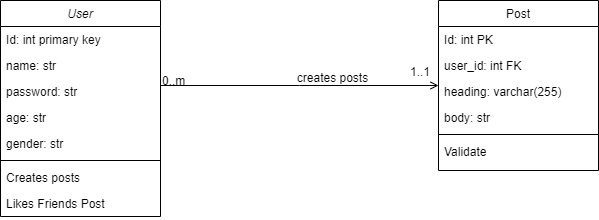
The draw.io diagram images/ClassDiagram.png in Skhendle/Blogger-Block, before a commit. Source tidied: cells renumbered, new cells last; positions are measured from the earlier drawing's top-left corner, leaving out a move shared by most shapes.
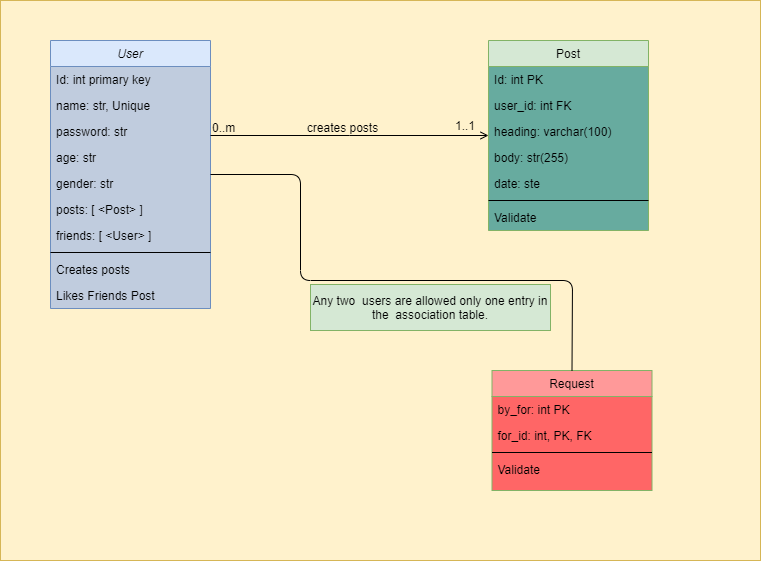
After the commit.

What changed in the source:
```diff
@@ -2,15 +2,18 @@
   <root>
     <mxCell id="0" />
     <mxCell id="1" parent="0" />
+    <mxCell id="22" style="rounded=0;whiteSpace=wrap;html=1;fillColor=#fff2cc;strokeColor=#d6b656;" parent="1" vertex="1">
+      <mxGeometry x="-50" y="-40" width="760" height="560" as="geometry" />
+    </mxCell>
-    <mxCell id="2" value="User" style="swimlane;fontStyle=2;align=center;verticalAlign=top;horizontal=1;startSize=26;rounded=0;shadow=0;strokeWidth=1;" parent="1" vertex="1">
-      <mxGeometry width="160" height="216" as="geometry" />
+    <mxCell id="2" value="User" style="swimlane;fontStyle=2;align=center;verticalAlign=top;horizontal=1;startSize=26;rounded=0;shadow=0;strokeWidth=1;strokeColor=#6c8ebf;swimlaneFillColor=#C0CCDE;fillColor=#DAE8FC;" parent="1" vertex="1">
+      <mxGeometry width="160" height="268" as="geometry" />
     </mxCell>
     <mxCell id="3" value="Id: int primary key" style="text;align=left;verticalAlign=top;spacingLeft=4;spacingRight=4;overflow=hidden;" parent="2" vertex="1">
       <mxGeometry y="26" width="160" height="26" as="geometry" />
     </mxCell>
-    <mxCell id="4" value="name: str" style="text;align=left;verticalAlign=top;spacingLeft=4;spacingRight=4;overflow=hidden;rounded=0;shadow=0;html=0;" parent="2" vertex="1">
-      <mxGeometry y="52" width="160" height="26" as="geometry" />
-    </mxCell>
+    <mxCell id="23" value="name: str, Unique" style="text;align=left;verticalAlign=top;spacingLeft=4;spacingRight=4;overflow=hidden;rounded=0;shadow=0;html=0;" parent="2" vertex="1">
+      <mxGeometry y="52" width="160" height="26" as="geometry" />
+    </mxCell>
     <mxCell id="5" value="password: str" style="text;align=left;verticalAlign=top;spacingLeft=4;spacingRight=4;overflow=hidden;" parent="2" vertex="1">
       <mxGeometry y="78" width="160" height="26" as="geometry" />
     </mxCell>
@@ -20,17 +23,23 @@
     <mxCell id="7" value="gender: str" style="text;align=left;verticalAlign=top;spacingLeft=4;spacingRight=4;overflow=hidden;rounded=0;shadow=0;html=0;" parent="2" vertex="1">
       <mxGeometry y="130" width="160" height="26" as="geometry" />
     </mxCell>
-    <mxCell id="8" style="line;html=1;strokeWidth=1;align=left;verticalAlign=middle;spacingTop=-1;spacingLeft=3;spacingRight=3;labelPosition=right;" parent="2" vertex="1">
-      <mxGeometry y="156" width="160" height="8" as="geometry" />
-    </mxCell>
+    <mxCell id="24" value="posts: [ &lt;Post&gt; ]" style="text;align=left;verticalAlign=top;spacingLeft=4;spacingRight=4;overflow=hidden;rounded=0;shadow=0;html=0;" parent="2" vertex="1">
+      <mxGeometry y="156" width="160" height="26" as="geometry" />
+    </mxCell>
+    <mxCell id="25" value="friends: [ &lt;User&gt; ]" style="text;align=left;verticalAlign=top;spacingLeft=4;spacingRight=4;overflow=hidden;rounded=0;shadow=0;html=0;" parent="2" vertex="1">
+      <mxGeometry y="182" width="160" height="26" as="geometry" />
+    </mxCell>
+    <mxCell id="26" style="line;html=1;strokeWidth=1;align=left;verticalAlign=middle;spacingTop=-1;spacingLeft=3;spacingRight=3;labelPosition=right;" parent="2" vertex="1">
+      <mxGeometry y="208" width="160" height="8" as="geometry" />
+    </mxCell>
     <mxCell id="9" value="Creates posts&#10;" style="text;align=left;verticalAlign=top;spacingLeft=4;spacingRight=4;overflow=hidden;" parent="2" vertex="1">
-      <mxGeometry y="164" width="160" height="26" as="geometry" />
+      <mxGeometry y="216" width="160" height="26" as="geometry" />
     </mxCell>
     <mxCell id="10" value="Likes Friends Post" style="text;align=left;verticalAlign=top;spacingLeft=4;spacingRight=4;overflow=hidden;" parent="2" vertex="1">
-      <mxGeometry y="190" width="160" height="26" as="geometry" />
+      <mxGeometry y="242" width="160" height="26" as="geometry" />
     </mxCell>
-    <mxCell id="11" value="Post" style="swimlane;fontStyle=0;align=center;verticalAlign=top;horizontal=1;startSize=26;rounded=0;shadow=0;strokeWidth=1;" parent="1" vertex="1">
-      <mxGeometry x="438" width="160" height="170" as="geometry" />
+    <mxCell id="11" value="Post" style="swimlane;fontStyle=0;align=center;verticalAlign=top;horizontal=1;startSize=26;rounded=0;shadow=0;strokeWidth=1;fillColor=#d5e8d4;strokeColor=#82b366;swimlaneFillColor=#67AB9F;" parent="1" vertex="1">
+      <mxGeometry x="438" width="160" height="190" as="geometry" />
     </mxCell>
     <mxCell id="12" value="Id: int PK" style="text;align=left;verticalAlign=top;spacingLeft=4;spacingRight=4;overflow=hidden;" parent="11" vertex="1">
       <mxGeometry y="26" width="160" height="26" as="geometry" />
@@ -38,18 +47,21 @@
     <mxCell id="13" value="user_id: int FK" style="text;align=left;verticalAlign=top;spacingLeft=4;spacingRight=4;overflow=hidden;rounded=0;shadow=0;html=0;" parent="11" vertex="1">
       <mxGeometry y="52" width="160" height="26" as="geometry" />
     </mxCell>
-    <mxCell id="14" value="heading: varchar(255)" style="text;align=left;verticalAlign=top;spacingLeft=4;spacingRight=4;overflow=hidden;rounded=0;shadow=0;html=0;" parent="11" vertex="1">
-      <mxGeometry y="78" width="160" height="26" as="geometry" />
-    </mxCell>
-    <mxCell id="15" value="body: str" style="text;align=left;verticalAlign=top;spacingLeft=4;spacingRight=4;overflow=hidden;rounded=0;shadow=0;html=0;" parent="11" vertex="1">
-      <mxGeometry y="104" width="160" height="26" as="geometry" />
-    </mxCell>
-    <mxCell id="16" style="line;html=1;strokeWidth=1;align=left;verticalAlign=middle;spacingTop=-1;spacingLeft=3;spacingRight=3;labelPosition=right;" parent="11" vertex="1">
-      <mxGeometry y="130" width="160" height="8" as="geometry" />
-    </mxCell>
-    <mxCell id="17" value="Validate" style="text;align=left;verticalAlign=top;spacingLeft=4;spacingRight=4;overflow=hidden;" parent="11" vertex="1">
-      <mxGeometry y="138" width="160" height="26" as="geometry" />
-    </mxCell>
+    <mxCell id="27" value="heading: varchar(100)" style="text;align=left;verticalAlign=top;spacingLeft=4;spacingRight=4;overflow=hidden;rounded=0;shadow=0;html=0;" parent="11" vertex="1">
+      <mxGeometry y="78" width="160" height="26" as="geometry" />
+    </mxCell>
+    <mxCell id="28" value="body: str(255)" style="text;align=left;verticalAlign=top;spacingLeft=4;spacingRight=4;overflow=hidden;rounded=0;shadow=0;html=0;" parent="11" vertex="1">
+      <mxGeometry y="104" width="160" height="26" as="geometry" />
+    </mxCell>
+    <mxCell id="29" value="date: ste" style="text;align=left;verticalAlign=top;spacingLeft=4;spacingRight=4;overflow=hidden;rounded=0;shadow=0;html=0;" parent="11" vertex="1">
+      <mxGeometry y="130" width="160" height="26" as="geometry" />
+    </mxCell>
+    <mxCell id="8" style="line;html=1;strokeWidth=1;align=left;verticalAlign=middle;spacingTop=-1;spacingLeft=3;spacingRight=3;labelPosition=right;" parent="11" vertex="1">
+      <mxGeometry y="156" width="160" height="8" as="geometry" />
+    </mxCell>
+    <mxCell id="30" value="Validate" style="text;align=left;verticalAlign=top;spacingLeft=4;spacingRight=4;overflow=hidden;" parent="11" vertex="1">
+      <mxGeometry y="164" width="160" height="26" as="geometry" />
+    </mxCell>
     <mxCell id="18" style="endArrow=open;shadow=0;strokeWidth=1;rounded=0;endFill=1;edgeStyle=elbowEdgeStyle;elbow=vertical;" parent="1" edge="1" source="2" target="11">
       <mxGeometry x="0.5" y="41" relative="1" as="geometry">
         <mxPoint x="-40" y="32" as="offset" />
@@ -57,18 +69,48 @@
     </mxCell>
     <mxCell id="19" value="0..m" style="align=left;verticalAlign=bottom;labelBackgroundColor=none;fontSize=12;" parent="18" vertex="1">
       <mxGeometry x="-1" relative="1" as="geometry">
-        <mxPoint y="4" as="offset" />
+        <mxPoint y="1" as="offset" />
       </mxGeometry>
     </mxCell>
     <mxCell id="20" value="1..1" style="align=right;verticalAlign=bottom;labelBackgroundColor=none;fontSize=12;" parent="18" vertex="1">
       <mxGeometry x="1" relative="1" as="geometry">
-        <mxPoint x="-7" y="-5" as="offset" />
+        <mxPoint x="-12" y="-1" as="offset" />
       </mxGeometry>
     </mxCell>
     <mxCell id="21" value="creates posts" style="text;html=1;align=center;verticalAlign=middle;labelBackgroundColor=none;rounded=0;shadow=0;strokeWidth=1;fontSize=12;" parent="18" vertex="1">
       <mxGeometry x="0.5" y="49" relative="1" as="geometry">
-        <mxPoint x="-38" y="40" as="offset" />
+        <mxPoint x="-78" y="40" as="offset" />
       </mxGeometry>
     </mxCell>
+    <mxCell id="31" value="Request" style="swimlane;fontStyle=0;align=center;verticalAlign=top;horizontal=1;startSize=26;rounded=0;shadow=0;strokeWidth=1;strokeColor=#82b366;swimlaneFillColor=#FF6666;fillColor=#FF9999;" parent="1" vertex="1">
+      <mxGeometry x="441.5" y="330" width="160" height="120" as="geometry" />
+    </mxCell>
+    <mxCell id="32" value="by_for: int PK" style="text;align=left;verticalAlign=top;spacingLeft=4;spacingRight=4;overflow=hidden;" parent="31" vertex="1">
+      <mxGeometry y="26" width="160" height="26" as="geometry" />
+    </mxCell>
+    <mxCell id="33" value="for_id: int, PK, FK" style="text;align=left;verticalAlign=top;spacingLeft=4;spacingRight=4;overflow=hidden;rounded=0;shadow=0;html=0;" parent="31" vertex="1">
+      <mxGeometry y="52" width="160" height="26" as="geometry" />
+    </mxCell>
+    <mxCell id="34" style="line;html=1;strokeWidth=1;align=left;verticalAlign=middle;spacingTop=-1;spacingLeft=3;spacingRight=3;labelPosition=right;" parent="31" vertex="1">
+      <mxGeometry y="78" width="160" height="8" as="geometry" />
+    </mxCell>
+    <mxCell id="35" value="Validate" style="text;align=left;verticalAlign=top;spacingLeft=4;spacingRight=4;overflow=hidden;" parent="31" vertex="1">
+      <mxGeometry y="86" width="160" height="26" as="geometry" />
+    </mxCell>
+    <mxCell id="36" style="align=right;verticalAlign=bottom;labelBackgroundColor=none;fontSize=12;" parent="1" vertex="1">
+      <mxGeometry x="434.5" y="410" as="geometry" />
+    </mxCell>
+    <mxCell id="37" style="endArrow=none;html=1;entryX=0.5;entryY=0;entryDx=0;entryDy=0;" parent="1" edge="1" source="2" target="31">
+      <mxGeometry relative="1" as="geometry">
+        <Array as="points">
+          <mxPoint x="250" y="134" />
+          <mxPoint x="250" y="240" />
+          <mxPoint x="522" y="240" />
+        </Array>
+      </mxGeometry>
+    </mxCell>
+    <mxCell id="38" value="Any two&amp;nbsp; users are allowed only one entry in the&amp;nbsp; association table." style="text;html=1;strokeColor=#82b366;fillColor=#d5e8d4;align=center;verticalAlign=middle;whiteSpace=wrap;rounded=0;" parent="1" vertex="1">
+      <mxGeometry x="260" y="244" width="240" height="46" as="geometry" />
+    </mxCell>
   </root>
 </mxGraphModel>
```
